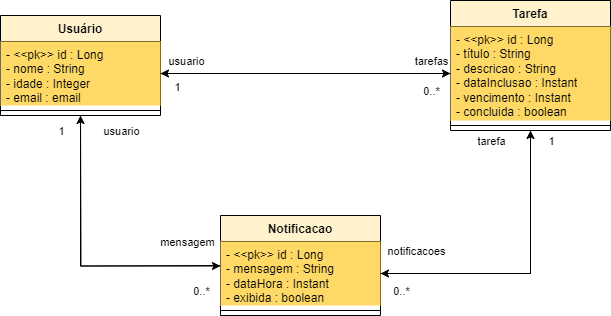
Above: imagens/Modelo de domínio.png in DeivinsonPereira/GeniSys (draw.io), before the change. Source tidied: cells renumbered, new cells last; positions are measured from the earlier drawing's top-left corner, leaving out a move shared by most shapes.
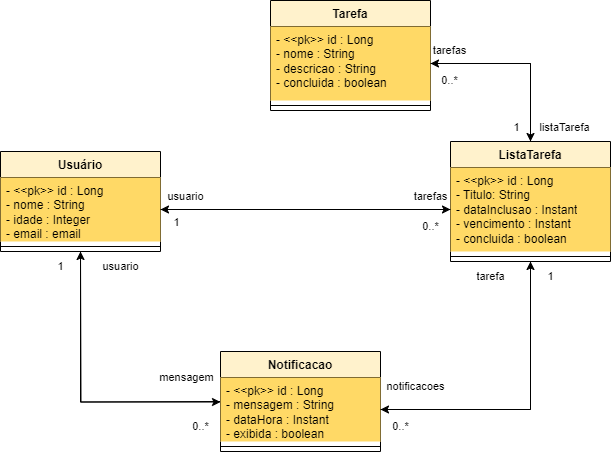
The same file after the commit.

Commit message:
Ajuste no modelo de Domínio, Teste entidade ListaTarefas e Tarefas

What changed in the source:
```diff
@@ -1,4 +1,4 @@
-<mxGraphModel>
+<mxGraphModel background="#FFFFFF">
   <root>
     <mxCell id="0" />
     <mxCell id="1" parent="0" />
@@ -17,14 +17,17 @@
     <mxCell id="6" style="edgeStyle=orthogonalEdgeStyle;rounded=0;jettySize=auto;html=1;" parent="1" edge="1" source="7" target="12">
       <mxGeometry relative="1" as="geometry" />
     </mxCell>
+    <mxCell id="29" style="edgeStyle=orthogonalEdgeStyle;rounded=0;jettySize=auto;html=1;" parent="1" edge="1" source="7" target="31">
+      <mxGeometry relative="1" as="geometry" />
+    </mxCell>
-    <mxCell id="7" value="Tarefa" style="swimlane;fontStyle=1;align=center;verticalAlign=top;horizontal=1;startSize=26;whiteSpace=wrap;html=1;fillColor=#fff2cc;strokeColor=#000000;" parent="1" vertex="1">
-      <mxGeometry x="450" width="160" height="130" as="geometry" />
+    <mxCell id="7" value="ListaTarefa" style="swimlane;fontStyle=1;align=center;verticalAlign=top;horizontal=1;startSize=26;whiteSpace=wrap;html=1;fillColor=#fff2cc;strokeColor=#000000;" parent="1" vertex="1">
+      <mxGeometry x="450" y="5" width="160" height="120" as="geometry" />
     </mxCell>
-    <mxCell id="8" value="- &amp;lt;&amp;lt;pk&amp;gt;&amp;gt; id : Long&lt;br style=&quot;border-color: var(--border-color);&quot;&gt;- título : String&lt;br&gt;- descricao : String&lt;br&gt;- dataInclusao : Instant&lt;br&gt;- vencimento : Instant&lt;br&gt;- concluida : boolean" style="text;strokeColor=none;fillColor=#FFD966;align=left;verticalAlign=top;spacingLeft=4;spacingRight=4;overflow=hidden;points=[[0,0.5],[1,0.5]];portConstraint=eastwest;whiteSpace=wrap;html=1;" parent="7" vertex="1">
-      <mxGeometry y="26" width="160" height="94" as="geometry" />
+    <mxCell id="8" value="- &amp;lt;&amp;lt;pk&amp;gt;&amp;gt; id : Long&lt;br style=&quot;border-color: var(--border-color);&quot;&gt;- Titulo: String&lt;br&gt;- dataInclusao : Instant&lt;br&gt;- vencimento : Instant&lt;br&gt;- concluida : boolean" style="text;strokeColor=none;fillColor=#FFD966;align=left;verticalAlign=top;spacingLeft=4;spacingRight=4;overflow=hidden;points=[[0,0.5],[1,0.5]];portConstraint=eastwest;whiteSpace=wrap;html=1;" parent="7" vertex="1">
+      <mxGeometry y="26" width="160" height="84" as="geometry" />
     </mxCell>
     <mxCell id="9" style="line;strokeWidth=1;fillColor=#FFD966;align=left;verticalAlign=middle;spacingTop=-1;spacingLeft=3;spacingRight=3;labelPosition=right;strokeColor=inherit;" parent="7" vertex="1">
-      <mxGeometry y="120" width="160" height="10" as="geometry" />
+      <mxGeometry y="110" width="160" height="10" as="geometry" />
     </mxCell>
     <mxCell id="10" style="edgeStyle=orthogonalEdgeStyle;rounded=0;orthogonalLoop=1;jettySize=auto;html=1;entryX=0.5;entryY=1;entryDx=0;entryDy=0;" parent="1" edge="1">
       <mxGeometry relative="1" as="geometry">
@@ -110,5 +113,37 @@
     <mxCell id="28" style="edgeStyle=orthogonalEdgeStyle;rounded=0;jettySize=auto;html=1;entryX=0.5;entryY=1;entryDx=0;entryDy=0;" parent="1" edge="1" source="12" target="7">
       <mxGeometry relative="1" as="geometry" />
     </mxCell>
+    <mxCell id="30" value="Tarefa" style="swimlane;fontStyle=1;align=center;verticalAlign=top;horizontal=1;startSize=26;whiteSpace=wrap;html=1;fillColor=#fff2cc;strokeColor=#000000;" parent="1" vertex="1">
+      <mxGeometry x="270" y="-136" width="160" height="110" as="geometry" />
+    </mxCell>
+    <mxCell id="31" value="- &amp;lt;&amp;lt;pk&amp;gt;&amp;gt; id : Long&lt;br style=&quot;border-color: var(--border-color);&quot;&gt;- nome : String&lt;br&gt;- descricao : String&lt;br&gt;- concluida : boolean" style="text;strokeColor=none;fillColor=#FFD966;align=left;verticalAlign=top;spacingLeft=4;spacingRight=4;overflow=hidden;points=[[0,0.5],[1,0.5]];portConstraint=eastwest;whiteSpace=wrap;html=1;" parent="30" vertex="1">
+      <mxGeometry y="26" width="160" height="74" as="geometry" />
+    </mxCell>
+    <mxCell id="32" style="line;strokeWidth=1;fillColor=#FFD966;align=left;verticalAlign=middle;spacingTop=-1;spacingLeft=3;spacingRight=3;labelPosition=right;strokeColor=inherit;" parent="30" vertex="1">
+      <mxGeometry y="100" width="160" height="10" as="geometry" />
+    </mxCell>
+    <mxCell id="33" style="edgeStyle=orthogonalEdgeStyle;rounded=0;jettySize=auto;html=1;entryX=0.5;entryY=0;entryDx=0;entryDy=0;" parent="1" edge="1" source="31" target="7">
+      <mxGeometry relative="1" as="geometry" />
+    </mxCell>
+    <mxCell id="34" value="tarefas" style="edgeLabel;html=1;align=center;verticalAlign=middle;" parent="33" vertex="1">
+      <mxGeometry x="-0.85" y="-1" relative="1" as="geometry">
+        <mxPoint x="6" y="-14" as="offset" />
+      </mxGeometry>
+    </mxCell>
+    <mxCell id="35" value="0..*" style="edgeLabel;html=1;align=center;verticalAlign=middle;" parent="33" vertex="1">
+      <mxGeometry x="-0.85" y="-1" relative="1" as="geometry">
+        <mxPoint x="6" y="16" as="offset" />
+      </mxGeometry>
+    </mxCell>
+    <mxCell id="36" value="1" style="edgeLabel;html=1;align=center;verticalAlign=middle;" parent="33" vertex="1">
+      <mxGeometry x="-0.85" y="-1" relative="1" as="geometry">
+        <mxPoint x="73" y="63" as="offset" />
+      </mxGeometry>
+    </mxCell>
+    <mxCell id="37" value="listaTarefa" style="edgeLabel;html=1;align=center;verticalAlign=middle;" parent="33" vertex="1">
+      <mxGeometry x="-0.85" y="-1" relative="1" as="geometry">
+        <mxPoint x="121" y="63" as="offset" />
+      </mxGeometry>
+    </mxCell>
   </root>
 </mxGraphModel>
```
